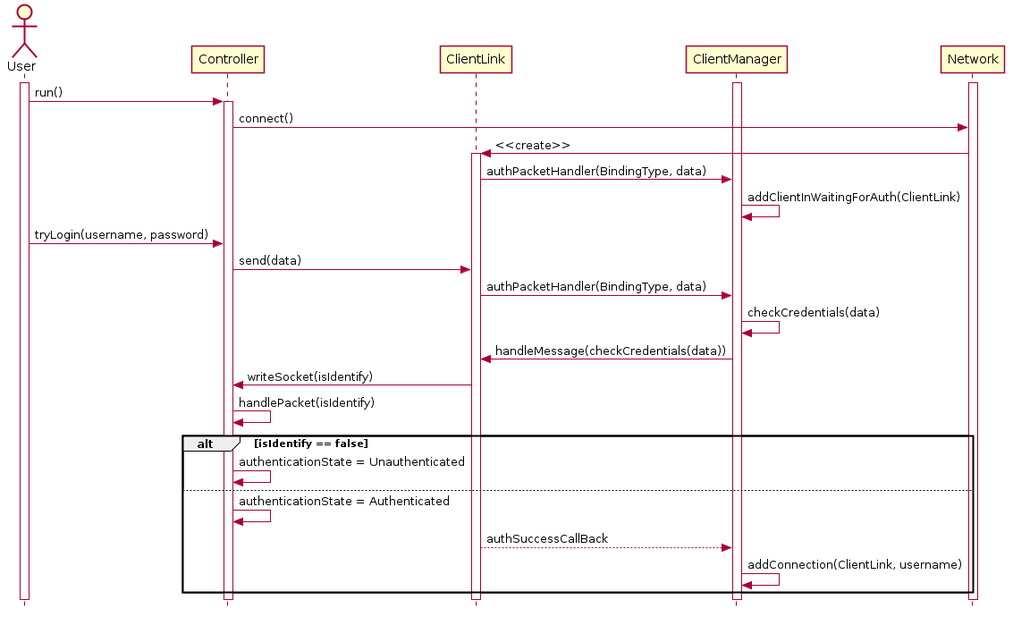
Earlier version of the PlantUML export res/uml/sequence/ConnexionSequence.png (ulb-info2-group5/Royal-Blocks). Its source is kept beside it as doc/uml/sequence/ConnexionSequence.plantuml.
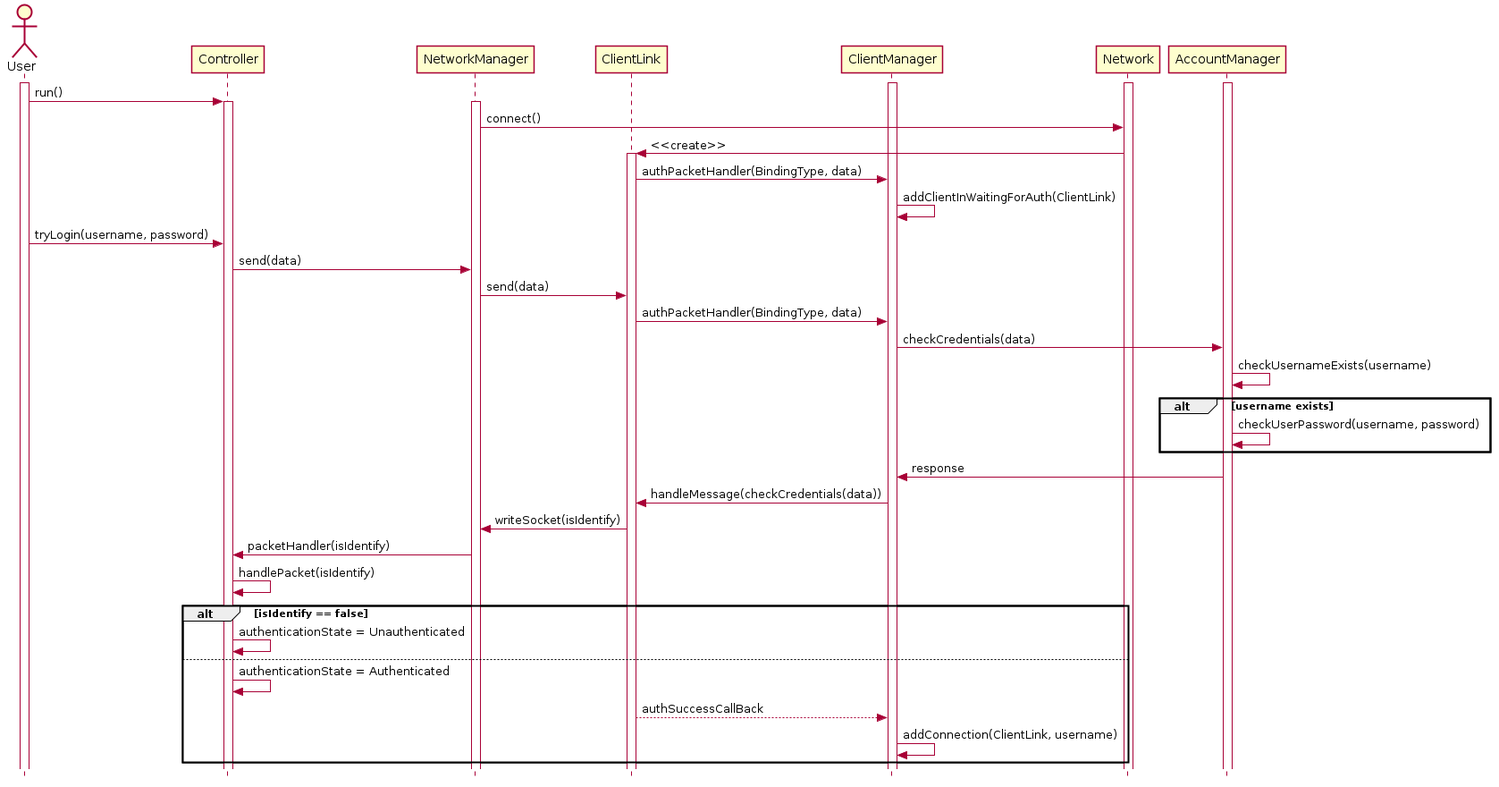
Later version of the same file.

Diff of the diagram source:
```diff
@@ -3,27 +3,38 @@
 skinparam style strictuml
 actor User
 participant Controller
+participant NetworkManager
 participant ClientLink
 participant ClientManager
 participant Network
+participant AccountManager
 
 activate Network
 activate ClientManager
+activate AccountManager
 activate User
 User -> Controller : run()
 activate Controller
-Controller -> Network : connect()
+activate NetworkManager
+NetworkManager -> Network : connect()
 Network -> ClientLink : <<create>>
 activate ClientLink
 ClientLink -> ClientManager : authPacketHandler(BindingType, data)
 ClientManager -> ClientManager : addClientInWaitingForAuth(ClientLink)
 
 User -> Controller : tryLogin(username, password)
-Controller -> ClientLink : send(data)
+Controller -> NetworkManager : send(data)
+NetworkManager -> ClientLink : send(data)
 ClientLink -> ClientManager : authPacketHandler(BindingType, data)
-ClientManager -> ClientManager : checkCredentials(data)
+ClientManager -> AccountManager : checkCredentials(data)
+AccountManager -> AccountManager : checkUsernameExists(username)
+alt username exists
+    AccountManager -> AccountManager : checkUserPassword(username, password)
+end
+AccountManager -> ClientManager : response
 ClientManager -> ClientLink : handleMessage(checkCredentials(data))
-ClientLink -> Controller : writeSocket(isIdentify)
+ClientLink -> NetworkManager : writeSocket(isIdentify)
+NetworkManager -> Controller : packetHandler(isIdentify)
 Controller -> Controller : handlePacket(isIdentify)
 alt isIdentify == false
     Controller -> Controller : authenticationState = Unauthenticated
```
